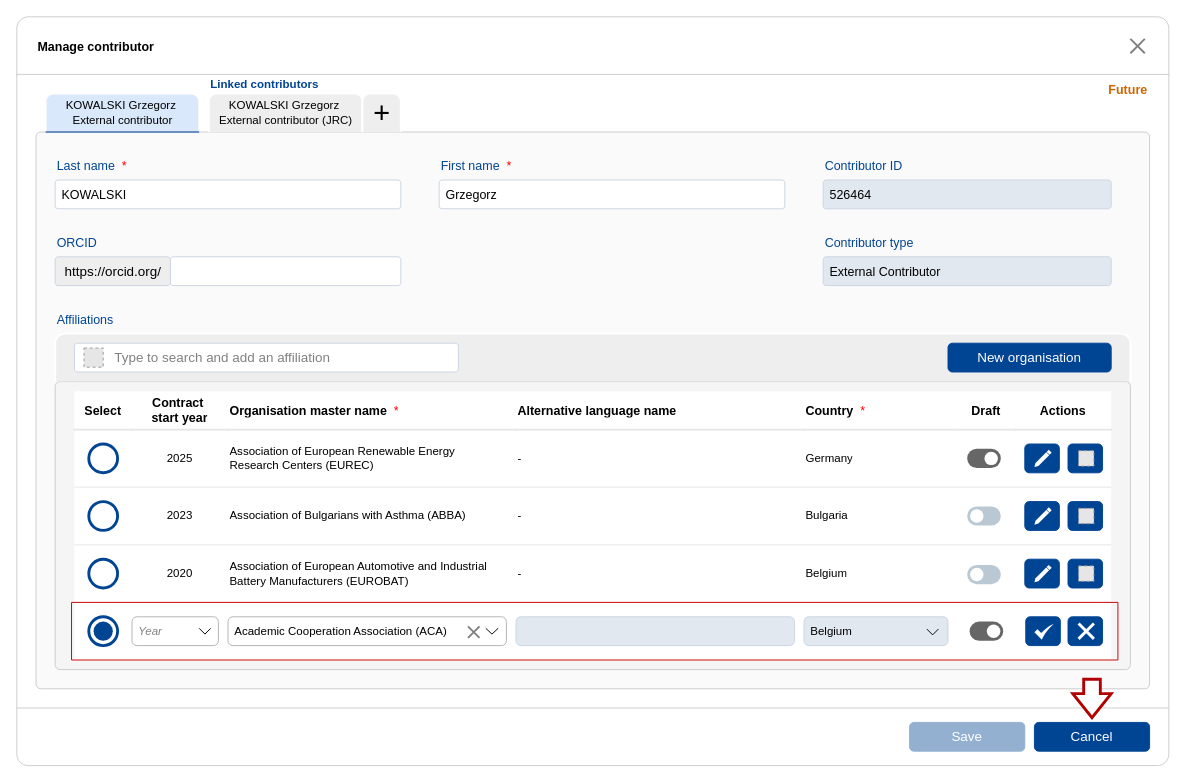
Earlier version of the draw.io diagram page "Page-Edit_contributor_add_exist" (14 of 28) of test_corporate_contributors_ver_4.drawio (RyszardBudzinski/PUBSY_mockups). Source tidied: cells renumbered, new cells numbered last; positions are measured from the earlier drawing's top-left corner, leaving out a move shared by most shapes. Both pictures are drawn from the tidied source at 96%, with x=0, y=0 at pixel (16, 16). Pictures stored in the file or linked from it are replaced by grey dashed boxes.
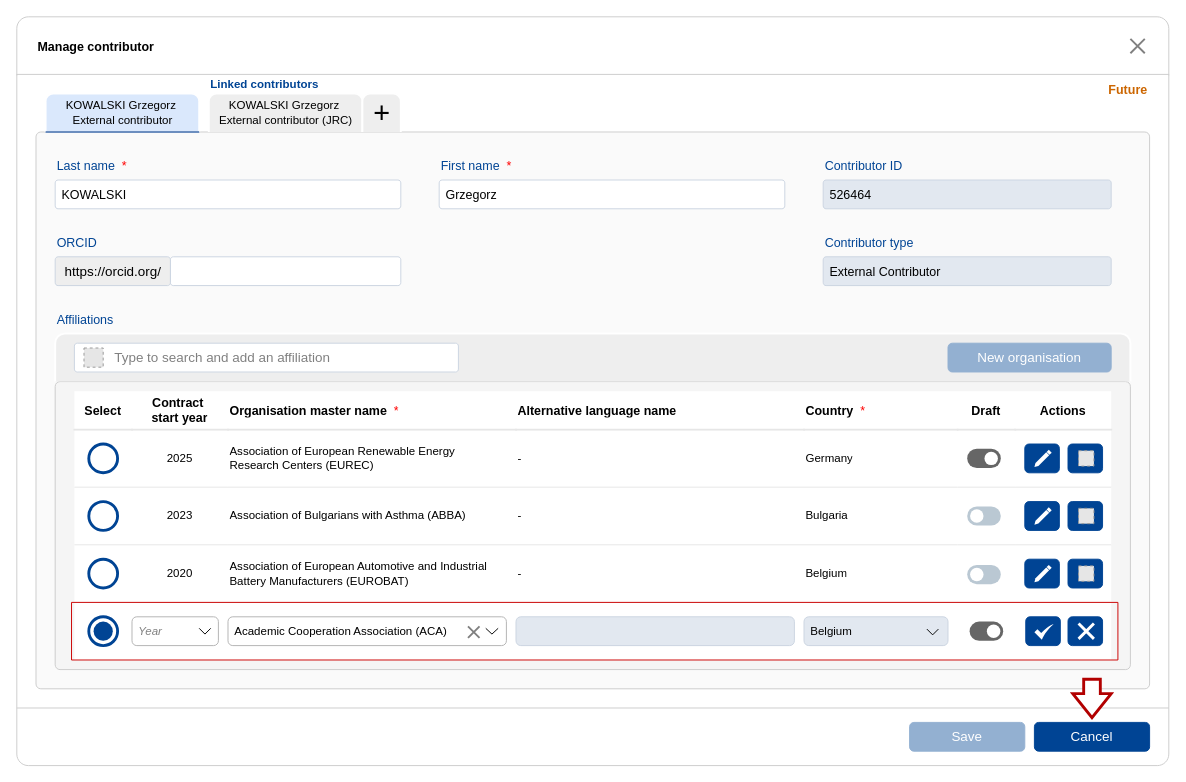
After the change.

The edit, as a diff of the source:
```diff
@@
-    <mxCell id="114" value="New organisation" style="rounded=1;whiteSpace=wrap;html=1;fillColor=#004494;fontColor=#ffffff;strokeColor=#004494;glass=0;fontSize=14;" parent="1" vertex="1">
+    <mxCell id="114" value="New organisation" style="rounded=1;whiteSpace=wrap;html=1;fillColor=light-dark(#93B0D1,#93B0D1);fontColor=#ffffff;strokeColor=light-dark(#93B0D1,#93B0D1);glass=0;fontSize=14;" parent="1" vertex="1">
       <mxGeometry x="970" y="340" width="170" height="30" as="geometry" />
     </mxCell>
```
